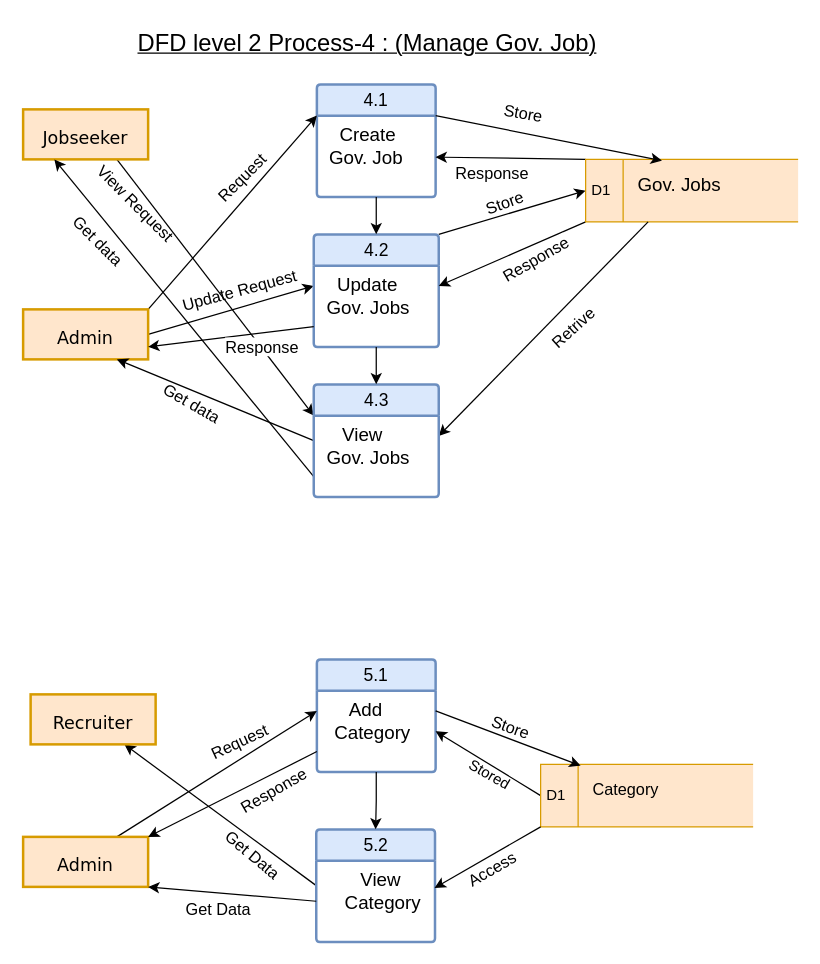
Before: page "Page-9" (9 of 10) of public/uploads/Untitled Diagram.drawio in musaddak7/jobportalbd, a draw.io diagram. Source tidied: cells renumbered, new cells numbered last; positions are measured from the earlier drawing's top-left corner, leaving out a move shared by most shapes. Both pictures are drawn from the tidied source at 125%, with x=0, y=0 at pixel (22, 21).
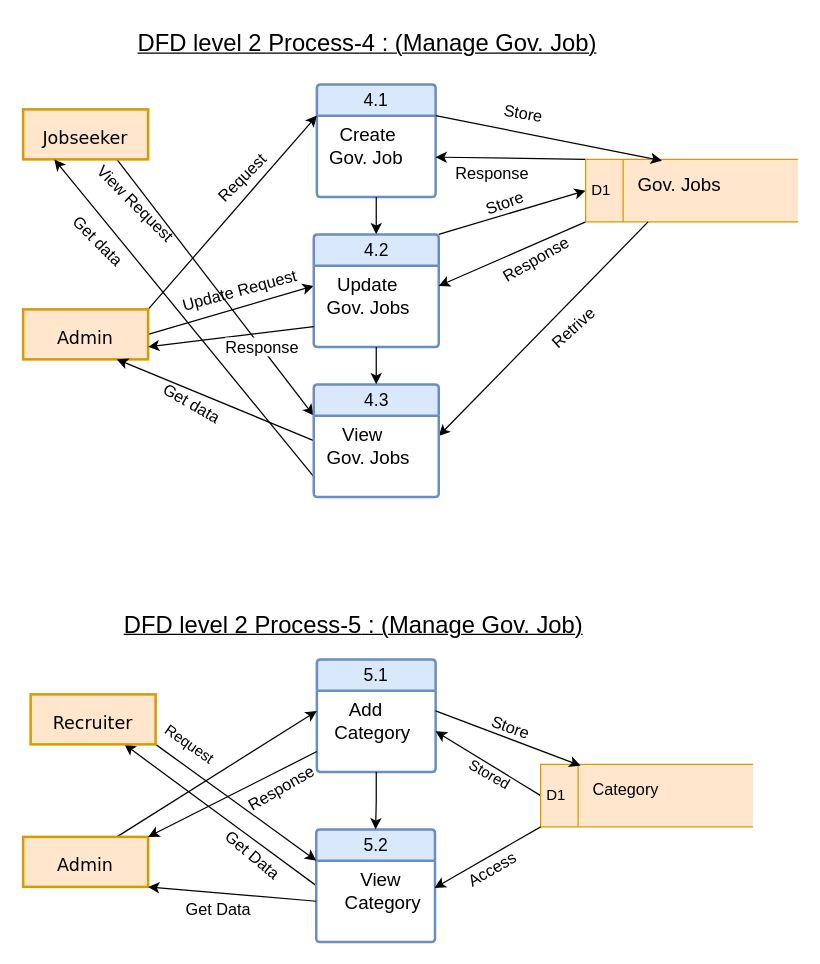
The same page after the edit.

Unchanged cells that the change refers to:
```xml
<mxCell id="42" value="&lt;div style=&quot;font-size: 15px;&quot;&gt;&amp;nbsp;&amp;nbsp;&amp;nbsp;&amp;nbsp;&amp;nbsp;&amp;nbsp; &lt;font style=&quot;font-size: 15px;&quot;&gt;View &lt;br&gt;&lt;/font&gt;&lt;/div&gt;&lt;div style=&quot;font-size: 15px;&quot;&gt;&lt;font style=&quot;font-size: 15px;&quot;&gt;&amp;nbsp;&amp;nbsp;&amp;nbsp; Category&lt;/font&gt;&lt;br&gt;&lt;/div&gt;" style="align=left;strokeColor=none;fillColor=none;spacingLeft=4;fontSize=12;verticalAlign=top;html=1;" parent="41" vertex="1">
  <mxGeometry y="25" width="95" height="65" as="geometry" />
</mxCell>
<mxCell id="49" value="&lt;font face=&quot;Verdana&quot;&gt;Recruiter&lt;/font&gt;" style="whiteSpace=wrap;html=1;align=center;labelBackgroundColor=none;labelBorderColor=none;fontSize=14;spacing=20;spacingTop=6;strokeWidth=2;fillColor=#ffe6cc;strokeColor=#d79b00;" parent="1" vertex="1">
  <mxGeometry x="6" y="538" width="100" height="40" as="geometry" />
</mxCell>
<mxCell id="58" style="rounded=0;jettySize=auto;html=1;exitX=0;exitY=0.75;exitDx=0;exitDy=0;entryX=1;entryY=0;entryDx=0;entryDy=0;" parent="1" edge="1" source="37" target="50">
  <mxGeometry relative="1" as="geometry" />
</mxCell>
```

Diff of the diagram source:
```diff
@@
+    <mxCell id="62" style="rounded=0;jettySize=auto;html=1;exitX=1;exitY=1;exitDx=0;exitDy=0;entryX=0;entryY=0;entryDx=0;entryDy=0;" parent="1" edge="1" source="49" target="42">
+      <mxGeometry relative="1" as="geometry" />
+    </mxCell>
@@
-    <mxCell id="57" value="&lt;font style=&quot;font-size: 13px;&quot;&gt;Request&lt;/font&gt;" style="text;html=1;align=center;verticalAlign=middle;strokeColor=none;fillColor=none;rotation=-25;" parent="1" vertex="1">
-      <mxGeometry x="140" y="562" width="66" height="28" as="geometry" />
+    <mxCell id="57" value="&lt;font style=&quot;font-size: 12px;&quot;&gt;Request&lt;/font&gt;" style="text;html=1;align=center;verticalAlign=middle;strokeColor=none;fillColor=none;rotation=35;" parent="1" vertex="1">
+      <mxGeometry x="102" y="565" width="62" height="26" as="geometry" />
     </mxCell>
@@
     <mxCell id="59" value="&lt;font style=&quot;font-size: 13px;&quot;&gt;Response&lt;/font&gt;" style="edgeLabel;html=1;align=center;verticalAlign=middle;rotation=-30;" parent="58" vertex="1">
       <mxGeometry x="-0.18" y="2" relative="1" as="geometry">
-        <mxPoint x="19" y="1" as="offset" />
+        <mxPoint x="25" y="-1" as="offset" />
       </mxGeometry>
     </mxCell>
@@
+    <mxCell id="63" value="&lt;u&gt;&lt;font size=&quot;1&quot;&gt;&lt;font style=&quot;font-size: 19px;&quot;&gt;DFD level 2 Process-5&lt;/font&gt;&lt;font style=&quot;font-size: 19px;&quot;&gt; : (Manage Gov. Job)&lt;/font&gt;&lt;/font&gt;&lt;/u&gt;" style="text;whiteSpace=wrap;html=1;" parent="1" vertex="1">
+      <mxGeometry x="79" y="465" width="400" height="45" as="geometry" />
+    </mxCell>
```
